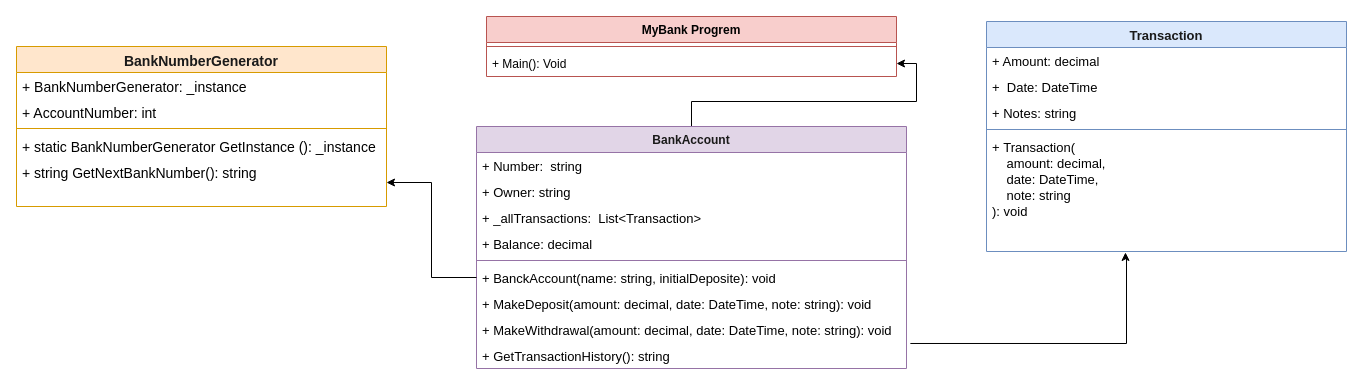
This is Untitled Diagram.drawio from roman89ua/MyBank, a draw.io file, before an edit. Source tidied: cells renumbered, new cells numbered last; positions are measured from the earlier drawing's top-left corner, leaving out a move shared by most shapes. Both pictures are drawn from the tidied source at 100%, with x=0, y=0 at pixel (16, 16).
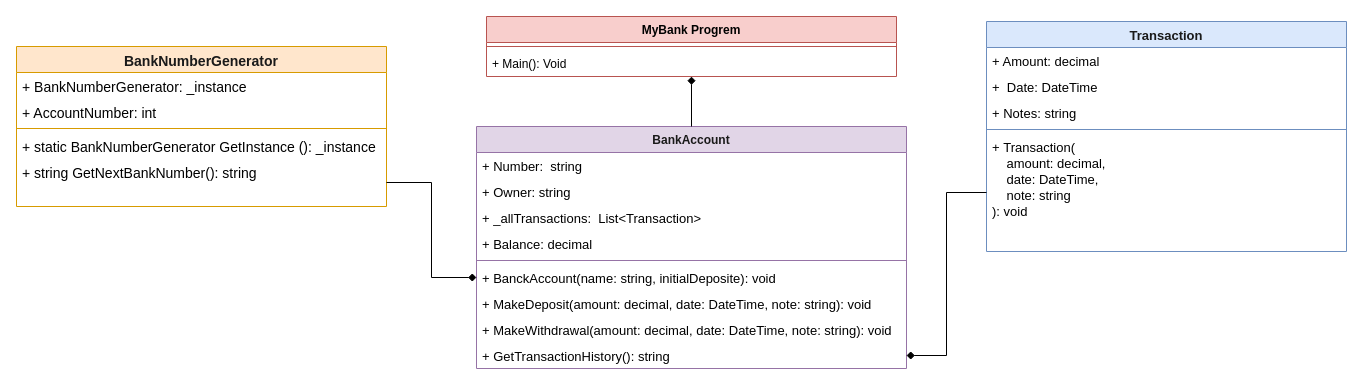
The same page after the edit.

The change refers to these unchanged cells:
```xml
<mxCell id="4" value="+ Main(): Void" style="text;strokeColor=none;fillColor=none;align=left;verticalAlign=top;spacingLeft=4;spacingRight=4;overflow=hidden;points=[[0,0.5],[1,0.5]];portConstraint=eastwest;fontSize=12;" parent="2" vertex="1">
  <mxGeometry y="34" width="410" height="26" as="geometry" />
</mxCell>
<mxCell id="10" value="+ string GetNextBankNumber(): string" style="text;strokeColor=none;fillColor=none;align=left;verticalAlign=top;spacingLeft=4;spacingRight=4;overflow=hidden;points=[[0,0.5],[1,0.5]];portConstraint=eastwest;fontSize=14;labelBorderColor=none;" parent="5" vertex="1">
  <mxGeometry y="112" width="370" height="48" as="geometry" />
</mxCell>
<mxCell id="12" value="BankAccount" style="swimlane;fontStyle=1;align=center;verticalAlign=top;horizontal=1;startSize=26;fontSize=12;fillColor=#e1d5e7;strokeColor=#9673a6;fontColor=#1A1A1A;" parent="1" vertex="1">
  <mxGeometry x="460" y="110" width="430" height="242" as="geometry" />
</mxCell>
<mxCell id="18" value="+ BanckAccount(name: string, initialDeposite): void" style="text;strokeColor=none;fillColor=none;align=left;verticalAlign=top;spacingLeft=4;spacingRight=4;overflow=hidden;points=[[0,0.5],[1,0.5]];portConstraint=eastwest;fontSize=13;" parent="12" vertex="1">
  <mxGeometry y="138" width="430" height="26" as="geometry" />
</mxCell>
<mxCell id="21" value="+ GetTransactionHistory(): string" style="text;strokeColor=none;fillColor=none;align=left;verticalAlign=top;spacingLeft=4;spacingRight=4;overflow=hidden;points=[[0,0.5],[1,0.5]];portConstraint=eastwest;fontSize=13;" parent="12" vertex="1">
  <mxGeometry y="216" width="430" height="26" as="geometry" />
</mxCell>
<mxCell id="28" value="+ Transaction(&#10;    amount: decimal,&#10;    date: DateTime,&#10;    note: string&#10;): void" style="text;strokeColor=none;fillColor=none;align=left;verticalAlign=top;spacingLeft=4;spacingRight=4;overflow=hidden;points=[[0,0.5],[1,0.5]];portConstraint=eastwest;fontSize=13;labelBorderColor=none;" parent="23" vertex="1">
  <mxGeometry y="112" width="360" height="118" as="geometry" />
</mxCell>
```

Diff of the diagram source:
```diff
@@
-    <mxCell id="11" style="edgeStyle=orthogonalEdgeStyle;rounded=0;jettySize=auto;html=1;fontSize=13;" parent="1" edge="1" source="12" target="4">
-      <mxGeometry relative="1" as="geometry" />
-    </mxCell>
@@
-    <mxCell id="22" style="edgeStyle=orthogonalEdgeStyle;rounded=0;jettySize=auto;html=1;fontSize=13;exitX=1.009;exitY=0.038;exitDx=0;exitDy=0;exitPerimeter=0;entryX=0.386;entryY=1.008;entryDx=0;entryDy=0;entryPerimeter=0;" parent="1" edge="1" source="21" target="28">
-      <mxGeometry relative="1" as="geometry">
-        <Array as="points">
-          <mxPoint x="1110" y="327" />
-          <mxPoint x="1110" y="240" />
-          <mxPoint x="1109" y="240" />
-        </Array>
-      </mxGeometry>
-    </mxCell>
@@
-    <mxCell id="29" style="edgeStyle=orthogonalEdgeStyle;rounded=0;jettySize=auto;html=1;fontSize=13;entryX=1;entryY=0.5;entryDx=0;entryDy=0;" parent="1" edge="1" source="18" target="10">
-      <mxGeometry relative="1" as="geometry" />
-    </mxCell>
+    <mxCell id="30" style="endArrow=diamond;html=1;rounded=0;fontColor=#1A1A1A;entryX=0;entryY=0.5;entryDx=0;entryDy=0;edgeStyle=orthogonalEdgeStyle;endFill=1;" parent="1" edge="1" source="10" target="18">
+      <mxGeometry relative="1" as="geometry" />
+    </mxCell>
+    <mxCell id="11" style="endArrow=diamond;html=1;rounded=0;fontColor=#1A1A1A;exitX=0.5;exitY=0;exitDx=0;exitDy=0;endFill=1;" parent="1" edge="1" source="12" target="4">
+      <mxGeometry relative="1" as="geometry" />
+    </mxCell>
+    <mxCell id="31" style="endArrow=diamond;html=1;rounded=0;fontColor=#1A1A1A;endFill=1;entryX=1;entryY=0.5;entryDx=0;entryDy=0;edgeStyle=orthogonalEdgeStyle;" parent="1" edge="1" source="28" target="21">
+      <mxGeometry relative="1" as="geometry" />
+    </mxCell>
```
